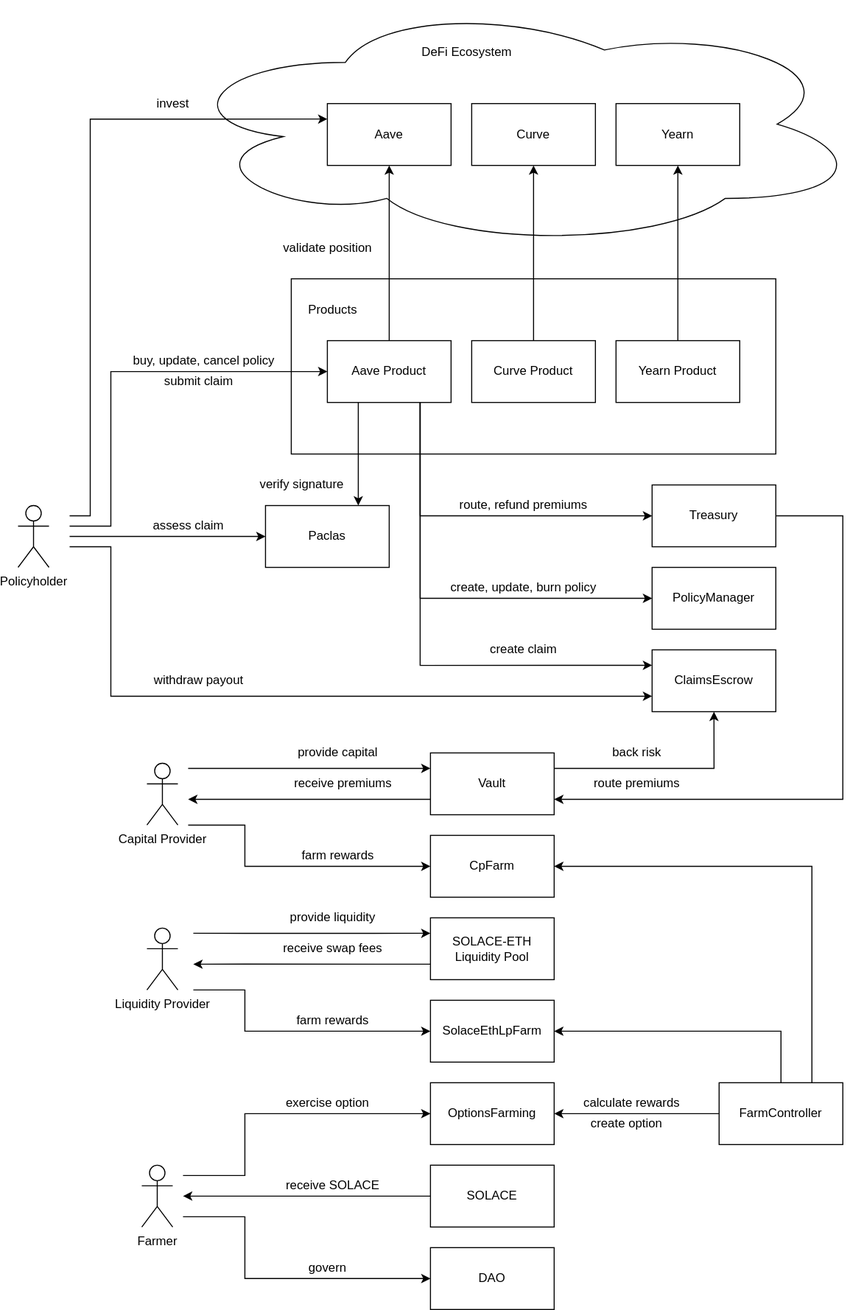
Above: architecture_diagram.svg in solace-fi/solace-core (draw.io), before the change. Source tidied: cells renumbered, new cells last; positions are measured from the earlier drawing's top-left corner, leaving out a move shared by most shapes.
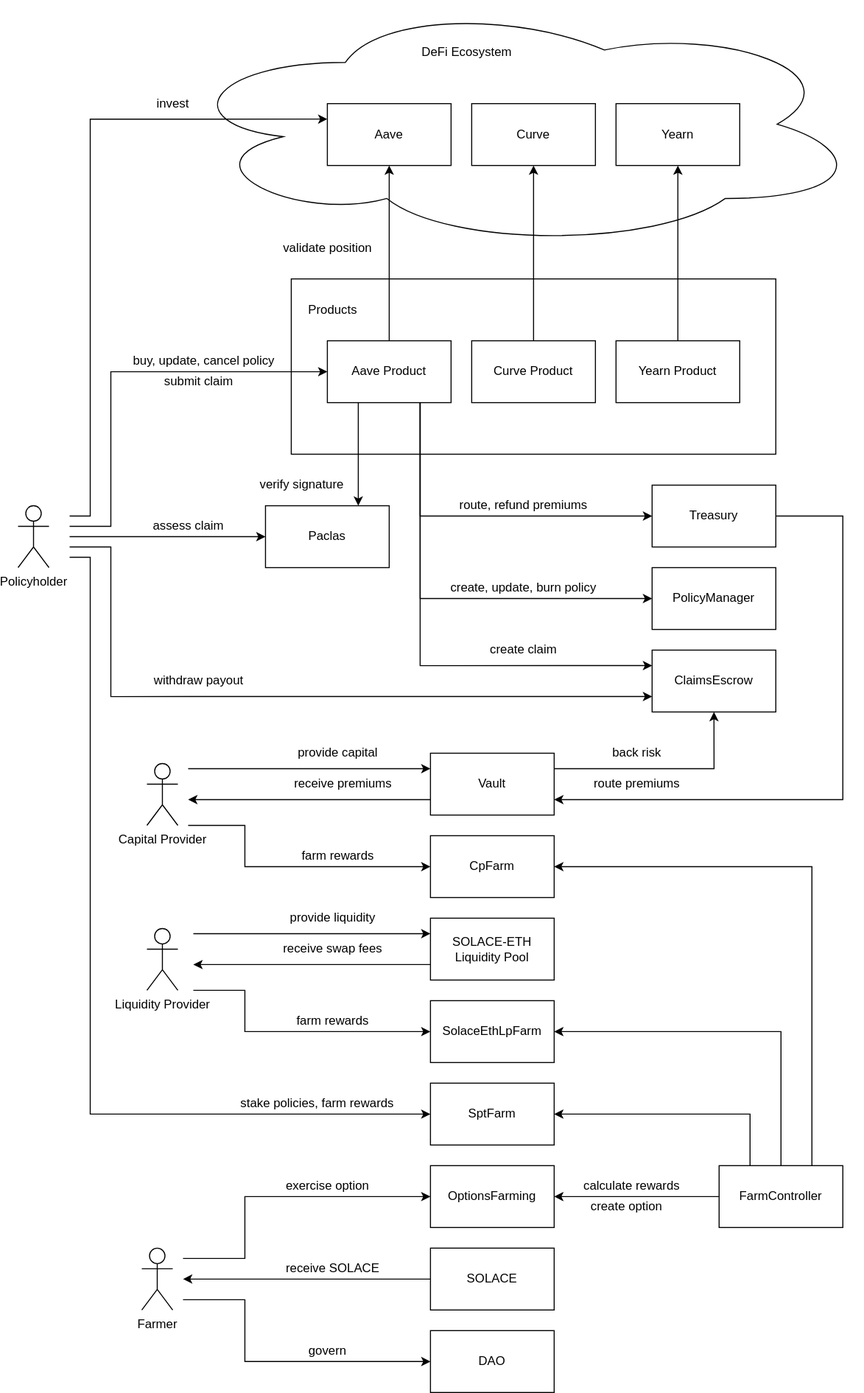
Later version of the same file.

Commit message:
create SptFarm, the incentive mechanism for policyholders

The edit, as a diff of the source:
```diff
@@ -44,6 +44,15 @@
         </Array>
       </mxGeometry>
     </mxCell>
+    <mxCell id="76" style="edgeStyle=orthogonalEdgeStyle;rounded=0;jettySize=auto;html=1;entryX=0;entryY=0.5;entryDx=0;entryDy=0;" parent="1" edge="1" target="78">
+      <mxGeometry relative="1" as="geometry">
+        <mxPoint x="50" y="540" as="sourcePoint" />
+        <Array as="points">
+          <mxPoint x="70" y="540" />
+          <mxPoint x="70" y="1080" />
+        </Array>
+      </mxGeometry>
+    </mxCell>
     <mxCell id="8" value="Policyholder" style="shape=umlActor;verticalLabelPosition=bottom;verticalAlign=top;html=1;" parent="1" vertex="1">
       <mxGeometry y="490" width="30" height="60" as="geometry" />
     </mxCell>
@@ -248,6 +257,9 @@
     <mxCell id="60" style="edgeStyle=orthogonalEdgeStyle;rounded=0;jettySize=auto;html=1;exitX=0;exitY=0.5;exitDx=0;exitDy=0;entryX=1;entryY=0.5;entryDx=0;entryDy=0;" parent="1" edge="1" source="63" target="64">
       <mxGeometry relative="1" as="geometry" />
     </mxCell>
+    <mxCell id="77" style="edgeStyle=orthogonalEdgeStyle;rounded=0;jettySize=auto;html=1;exitX=0.25;exitY=0;exitDx=0;exitDy=0;entryX=1;entryY=0.5;entryDx=0;entryDy=0;" parent="1" edge="1" source="63" target="78">
+      <mxGeometry relative="1" as="geometry" />
+    </mxCell>
     <mxCell id="61" style="edgeStyle=orthogonalEdgeStyle;rounded=0;jettySize=auto;html=1;exitX=0.5;exitY=0;exitDx=0;exitDy=0;entryX=1;entryY=0.5;entryDx=0;entryDy=0;" parent="1" edge="1" source="63" target="56">
       <mxGeometry relative="1" as="geometry" />
     </mxCell>
@@ -255,61 +267,67 @@
       <mxGeometry relative="1" as="geometry" />
     </mxCell>
     <mxCell id="63" value="FarmController" style="rounded=0;whiteSpace=wrap;html=1;" parent="1" vertex="1">
-      <mxGeometry x="680" y="1050" width="120" height="60" as="geometry" />
+      <mxGeometry x="680" y="1130" width="120" height="60" as="geometry" />
     </mxCell>
     <mxCell id="64" value="OptionsFarming" style="rounded=0;whiteSpace=wrap;html=1;" parent="1" vertex="1">
-      <mxGeometry x="400" y="1050" width="120" height="60" as="geometry" />
+      <mxGeometry x="400" y="1130" width="120" height="60" as="geometry" />
     </mxCell>
     <mxCell id="65" style="edgeStyle=orthogonalEdgeStyle;rounded=0;jettySize=auto;html=1;exitX=0;exitY=0.5;exitDx=0;exitDy=0;" parent="1" edge="1" source="69">
       <mxGeometry relative="1" as="geometry">
-        <mxPoint x="160" y="1160" as="targetPoint" />
+        <mxPoint x="160" y="1240" as="targetPoint" />
         <Array as="points">
-          <mxPoint x="265" y="1160" />
-          <mxPoint x="265" y="1160" />
+          <mxPoint x="265" y="1240" />
+          <mxPoint x="265" y="1240" />
         </Array>
       </mxGeometry>
     </mxCell>
     <mxCell id="66" style="edgeStyle=orthogonalEdgeStyle;rounded=0;jettySize=auto;html=1;entryX=0;entryY=0.5;entryDx=0;entryDy=0;" parent="1" edge="1" target="71">
       <mxGeometry relative="1" as="geometry">
-        <mxPoint x="160" y="1180" as="sourcePoint" />
+        <mxPoint x="160" y="1260" as="sourcePoint" />
         <Array as="points">
-          <mxPoint x="220" y="1180" />
-          <mxPoint x="220" y="1240" />
+          <mxPoint x="220" y="1260" />
+          <mxPoint x="220" y="1320" />
         </Array>
       </mxGeometry>
     </mxCell>
     <mxCell id="67" style="edgeStyle=orthogonalEdgeStyle;rounded=0;jettySize=auto;html=1;entryX=0;entryY=0.5;entryDx=0;entryDy=0;" parent="1" edge="1" target="64">
       <mxGeometry relative="1" as="geometry">
-        <mxPoint x="160" y="1140" as="sourcePoint" />
+        <mxPoint x="160" y="1220" as="sourcePoint" />
         <Array as="points">
-          <mxPoint x="220" y="1140" />
-          <mxPoint x="220" y="1080" />
+          <mxPoint x="220" y="1220" />
+          <mxPoint x="220" y="1160" />
         </Array>
       </mxGeometry>
     </mxCell>
     <mxCell id="68" value="Farmer" style="shape=umlActor;verticalLabelPosition=bottom;verticalAlign=top;html=1;" parent="1" vertex="1">
-      <mxGeometry x="120" y="1130" width="30" height="60" as="geometry" />
+      <mxGeometry x="120" y="1210" width="30" height="60" as="geometry" />
     </mxCell>
     <mxCell id="69" value="SOLACE" style="rounded=0;whiteSpace=wrap;html=1;" parent="1" vertex="1">
-      <mxGeometry x="400" y="1130" width="120" height="60" as="geometry" />
+      <mxGeometry x="400" y="1210" width="120" height="60" as="geometry" />
     </mxCell>
     <mxCell id="70" value="receive SOLACE" style="text;html=1;align=center;verticalAlign=middle;strokeColor=none;fillColor=none;" parent="1" vertex="1">
-      <mxGeometry x="250" y="1140" width="110" height="20" as="geometry" />
+      <mxGeometry x="250" y="1220" width="110" height="20" as="geometry" />
     </mxCell>
     <mxCell id="71" value="DAO" style="rounded=0;whiteSpace=wrap;html=1;" parent="1" vertex="1">
-      <mxGeometry x="400" y="1210" width="120" height="60" as="geometry" />
+      <mxGeometry x="400" y="1290" width="120" height="60" as="geometry" />
     </mxCell>
     <mxCell id="72" value="govern" style="text;html=1;align=center;verticalAlign=middle;strokeColor=none;fillColor=none;" parent="1" vertex="1">
-      <mxGeometry x="275" y="1220" width="50" height="20" as="geometry" />
+      <mxGeometry x="275" y="1300" width="50" height="20" as="geometry" />
     </mxCell>
+    <mxCell id="78" value="SptFarm" style="rounded=0;whiteSpace=wrap;html=1;" parent="1" vertex="1">
+      <mxGeometry x="400" y="1050" width="120" height="60" as="geometry" />
+    </mxCell>
+    <mxCell id="79" value="stake policies, farm rewards" style="text;html=1;align=center;verticalAlign=middle;strokeColor=none;fillColor=none;" parent="1" vertex="1">
+      <mxGeometry x="210" y="1060" width="160" height="20" as="geometry" />
+    </mxCell>
     <mxCell id="73" value="create option" style="text;html=1;align=center;verticalAlign=middle;strokeColor=none;fillColor=none;" parent="1" vertex="1">
-      <mxGeometry x="550" y="1080" width="80" height="20" as="geometry" />
+      <mxGeometry x="550" y="1160" width="80" height="20" as="geometry" />
     </mxCell>
     <mxCell id="74" value="calculate rewards" style="text;html=1;align=center;verticalAlign=middle;strokeColor=none;fillColor=none;" parent="1" vertex="1">
-      <mxGeometry x="540" y="1060" width="110" height="20" as="geometry" />
+      <mxGeometry x="540" y="1140" width="110" height="20" as="geometry" />
     </mxCell>
     <mxCell id="75" value="exercise option" style="text;html=1;align=center;verticalAlign=middle;strokeColor=none;fillColor=none;" parent="1" vertex="1">
-      <mxGeometry x="250" y="1060" width="100" height="20" as="geometry" />
+      <mxGeometry x="250" y="1140" width="100" height="20" as="geometry" />
     </mxCell>
   </root>
 </mxGraphModel>
```
